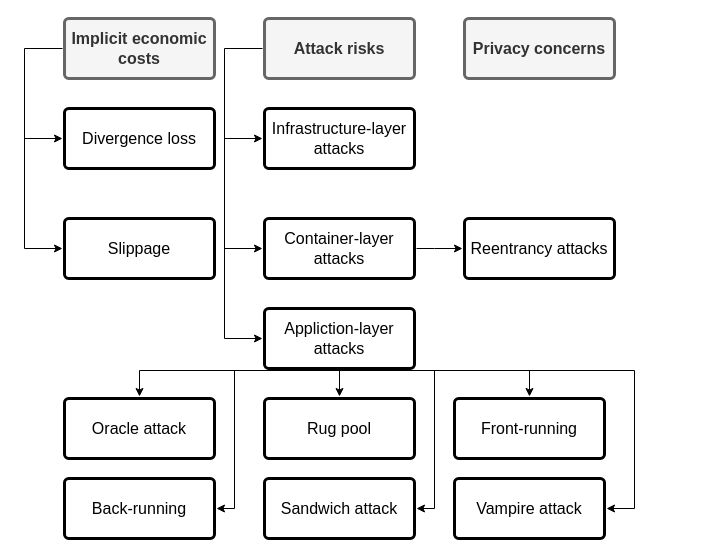
The draw.io diagram page "security" (4 of 5) of assets/amm-pool.drawio in xujiahuayz/bondingcurves, before the edit. Source tidied: cells renumbered, new cells numbered last; positions are measured from the earlier drawing's top-left corner, leaving out a move shared by most shapes. Both pictures are drawn from the tidied source at 100%, with x=0, y=0 at pixel (24, 18).
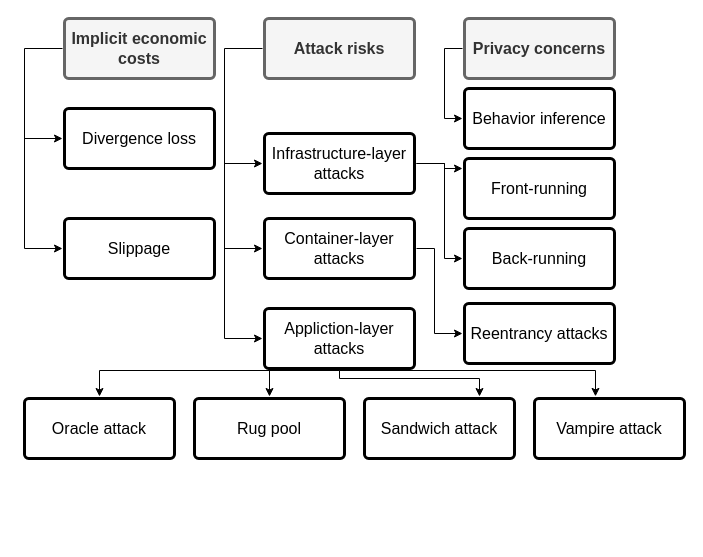
Above is the later version.

Unchanged cells that the change refers to:
```xml
<mxCell id="8" value="Privacy concerns" style="rounded=1;whiteSpace=wrap;html=1;shadow=0;labelBackgroundColor=none;strokeWidth=3;fontFamily=Helvetica;fontSize=16;align=center;spacing=5;fontStyle=1;arcSize=7;perimeterSpacing=2;fillColor=#f5f5f5;strokeColor=#666666;fontColor=#333333;" parent="1" vertex="1">
  <mxGeometry x="440" width="150" height="60" as="geometry" />
</mxCell>
<mxCell id="20" value="Appliction-layer attacks" style="rounded=1;whiteSpace=wrap;html=1;shadow=0;labelBackgroundColor=none;strokeWidth=3;fontFamily=Helvetica;fontSize=16;align=center;spacing=5;fontStyle=0;arcSize=7;perimeterSpacing=2;" parent="1" vertex="1">
  <mxGeometry x="240" y="290" width="150" height="60" as="geometry" />
</mxCell>
<mxCell id="27" value="Container-layer attacks" style="rounded=1;whiteSpace=wrap;html=1;shadow=0;labelBackgroundColor=none;strokeWidth=3;fontFamily=Helvetica;fontSize=16;align=center;spacing=5;fontStyle=0;arcSize=7;perimeterSpacing=2;" parent="1" vertex="1">
  <mxGeometry x="240" y="200" width="150" height="60" as="geometry" />
</mxCell>
```

Change to the diagram source:
```diff
@@
     <mxCell id="6" value="Oracle attack" style="rounded=1;whiteSpace=wrap;html=1;shadow=0;labelBackgroundColor=none;strokeWidth=3;fontFamily=Helvetica;fontSize=16;align=center;spacing=5;arcSize=7;perimeterSpacing=2;" parent="1" vertex="1">
-      <mxGeometry x="40" y="380" width="150" height="60" as="geometry" />
+      <mxGeometry y="380" width="150" height="60" as="geometry" />
     </mxCell>
     <mxCell id="7" value="Reentrancy attacks" style="rounded=1;whiteSpace=wrap;html=1;shadow=0;labelBackgroundColor=none;strokeWidth=3;fontFamily=Helvetica;fontSize=16;align=center;spacing=5;arcSize=7;perimeterSpacing=2;" parent="1" vertex="1">
-      <mxGeometry x="440" y="200" width="150" height="60" as="geometry" />
+      <mxGeometry x="440" y="285" width="150" height="60" as="geometry" />
     </mxCell>
+    <mxCell id="29" style="edgeStyle=orthogonalEdgeStyle;rounded=0;jettySize=auto;html=1;exitX=0;exitY=0.5;exitDx=0;exitDy=0;" parent="1" edge="1" source="8">
+      <mxGeometry relative="1" as="geometry">
+        <mxPoint x="438" y="100" as="targetPoint" />
+        <Array as="points">
+          <mxPoint x="420" y="30" />
+          <mxPoint x="420" y="100" />
+        </Array>
+      </mxGeometry>
+    </mxCell>
@@
     <mxCell id="12" style="edgeStyle=orthogonalEdgeStyle;rounded=0;jettySize=auto;html=1;exitX=1;exitY=0.5;exitDx=0;exitDy=0;entryX=0;entryY=0.5;entryDx=0;entryDy=0;labelBackgroundColor=none;" parent="1" edge="1" source="27" target="7">
       <mxGeometry relative="1" as="geometry">
         <Array as="points">
           <mxPoint x="410" y="230" />
-          <mxPoint x="410" y="230" />
+          <mxPoint x="410" y="315" />
         </Array>
       </mxGeometry>
     </mxCell>
     <mxCell id="13" value="Infrastructure-layer attacks" style="rounded=1;whiteSpace=wrap;html=1;shadow=0;labelBackgroundColor=none;strokeWidth=3;fontFamily=Helvetica;fontSize=16;align=center;spacing=5;fontStyle=0;arcSize=7;perimeterSpacing=2;" parent="1" vertex="1">
-      <mxGeometry x="240" y="90" width="150" height="60" as="geometry" />
+      <mxGeometry x="240" y="115" width="150" height="60" as="geometry" />
     </mxCell>
     <mxCell id="14" style="edgeStyle=orthogonalEdgeStyle;rounded=0;jettySize=auto;html=1;exitX=0.5;exitY=1;exitDx=0;exitDy=0;entryX=0.5;entryY=0;entryDx=0;entryDy=0;labelBackgroundColor=none;" parent="1" edge="1" source="20" target="22">
-      <mxGeometry relative="1" as="geometry" />
+      <mxGeometry relative="1" as="geometry">
+        <Array as="points">
+          <mxPoint x="245" y="352" />
+        </Array>
+      </mxGeometry>
     </mxCell>
@@
-    <mxCell id="16" style="edgeStyle=orthogonalEdgeStyle;rounded=0;jettySize=auto;html=1;exitX=0.5;exitY=1;exitDx=0;exitDy=0;labelBackgroundColor=none;" parent="1" edge="1" source="20" target="23">
-      <mxGeometry relative="1" as="geometry" />
+    <mxCell id="16" style="edgeStyle=orthogonalEdgeStyle;rounded=0;jettySize=auto;html=1;exitX=1;exitY=0.5;exitDx=0;exitDy=0;labelBackgroundColor=none;" parent="1" edge="1" source="13" target="23">
+      <mxGeometry relative="1" as="geometry">
+        <Array as="points">
+          <mxPoint x="420" y="145" />
+          <mxPoint x="420" y="150" />
+        </Array>
+      </mxGeometry>
     </mxCell>
-    <mxCell id="17" style="edgeStyle=orthogonalEdgeStyle;rounded=0;jettySize=auto;html=1;exitX=0.5;exitY=1;exitDx=0;exitDy=0;entryX=1;entryY=0.5;entryDx=0;entryDy=0;labelBackgroundColor=none;" parent="1" edge="1" source="20" target="24">
+    <mxCell id="17" style="edgeStyle=orthogonalEdgeStyle;rounded=0;jettySize=auto;html=1;exitX=1;exitY=0.5;exitDx=0;exitDy=0;entryX=0;entryY=0.5;entryDx=0;entryDy=0;labelBackgroundColor=none;" parent="1" edge="1" source="13" target="24">
       <mxGeometry relative="1" as="geometry">
         <Array as="points">
-          <mxPoint x="210" y="352" />
-          <mxPoint x="210" y="490" />
+          <mxPoint x="420" y="145" />
+          <mxPoint x="420" y="240" />
         </Array>
       </mxGeometry>
     </mxCell>
-    <mxCell id="18" style="edgeStyle=orthogonalEdgeStyle;rounded=0;jettySize=auto;html=1;exitX=0.5;exitY=1;exitDx=0;exitDy=0;entryX=1;entryY=0.5;entryDx=0;entryDy=0;labelBackgroundColor=none;" parent="1" edge="1" source="20" target="25">
+    <mxCell id="18" style="edgeStyle=orthogonalEdgeStyle;rounded=0;jettySize=auto;html=1;exitX=0.5;exitY=1;exitDx=0;exitDy=0;entryX=0.409;entryY=-0.002;entryDx=0;entryDy=0;labelBackgroundColor=none;entryPerimeter=0;" parent="1" edge="1" source="20" target="26">
       <mxGeometry relative="1" as="geometry">
         <Array as="points">
-          <mxPoint x="410" y="352" />
-          <mxPoint x="410" y="490" />
+          <mxPoint x="571" y="352" />
         </Array>
       </mxGeometry>
     </mxCell>
-    <mxCell id="19" style="edgeStyle=orthogonalEdgeStyle;rounded=0;jettySize=auto;html=1;exitX=0.5;exitY=1;exitDx=0;exitDy=0;entryX=1;entryY=0.5;entryDx=0;entryDy=0;labelBackgroundColor=none;" parent="1" edge="1" source="20" target="26">
-      <mxGeometry relative="1" as="geometry">
-        <Array as="points">
-          <mxPoint x="610" y="352" />
-          <mxPoint x="610" y="490" />
-        </Array>
-      </mxGeometry>
-    </mxCell>
+    <mxCell id="30" style="edgeStyle=orthogonalEdgeStyle;rounded=0;jettySize=auto;html=1;exitX=0.5;exitY=1;exitDx=0;exitDy=0;" parent="1" edge="1" source="20" target="25">
+      <mxGeometry relative="1" as="geometry">
+        <Array as="points">
+          <mxPoint x="315" y="360" />
+          <mxPoint x="455" y="360" />
+        </Array>
+      </mxGeometry>
+    </mxCell>
@@
     <mxCell id="21" style="endArrow=classic;html=1;labelBackgroundColor=none;entryX=0;entryY=0.5;entryDx=0;entryDy=0;" parent="1" edge="1" target="13">
       <mxGeometry relative="1" as="geometry">
-        <mxPoint x="200" y="120" as="sourcePoint" />
+        <mxPoint x="200" y="145" as="sourcePoint" />
       </mxGeometry>
     </mxCell>
     <mxCell id="22" value="Rug pool" style="rounded=1;whiteSpace=wrap;html=1;shadow=0;labelBackgroundColor=none;strokeWidth=3;fontFamily=Helvetica;fontSize=16;align=center;spacing=5;arcSize=7;perimeterSpacing=2;" parent="1" vertex="1">
-      <mxGeometry x="240" y="380" width="150" height="60" as="geometry" />
+      <mxGeometry x="170" y="380" width="150" height="60" as="geometry" />
     </mxCell>
     <mxCell id="23" value="Front-running" style="rounded=1;whiteSpace=wrap;html=1;shadow=0;labelBackgroundColor=none;strokeWidth=3;fontFamily=Helvetica;fontSize=16;align=center;spacing=5;arcSize=7;perimeterSpacing=2;" parent="1" vertex="1">
-      <mxGeometry x="430" y="380" width="150" height="60" as="geometry" />
+      <mxGeometry x="440" y="140" width="150" height="60" as="geometry" />
     </mxCell>
     <mxCell id="24" value="Back-running" style="rounded=1;whiteSpace=wrap;html=1;shadow=0;labelBackgroundColor=none;strokeWidth=3;fontFamily=Helvetica;fontSize=16;align=center;spacing=5;arcSize=7;perimeterSpacing=2;" parent="1" vertex="1">
-      <mxGeometry x="40" y="460" width="150" height="60" as="geometry" />
+      <mxGeometry x="440" y="210" width="150" height="60" as="geometry" />
     </mxCell>
     <mxCell id="25" value="Sandwich attack" style="rounded=1;whiteSpace=wrap;html=1;shadow=0;labelBackgroundColor=none;strokeWidth=3;fontFamily=Helvetica;fontSize=16;align=center;spacing=5;arcSize=7;perimeterSpacing=2;" parent="1" vertex="1">
-      <mxGeometry x="240" y="460" width="150" height="60" as="geometry" />
+      <mxGeometry x="340" y="380" width="150" height="60" as="geometry" />
     </mxCell>
     <mxCell id="26" value="Vampire attack" style="rounded=1;whiteSpace=wrap;html=1;shadow=0;labelBackgroundColor=none;strokeWidth=3;fontFamily=Helvetica;fontSize=16;align=center;spacing=5;arcSize=7;perimeterSpacing=2;" parent="1" vertex="1">
-      <mxGeometry x="430" y="460" width="150" height="60" as="geometry" />
+      <mxGeometry x="510" y="380" width="150" height="60" as="geometry" />
     </mxCell>
@@
+    <mxCell id="31" value="Behavior inference" style="rounded=1;whiteSpace=wrap;html=1;shadow=0;labelBackgroundColor=none;strokeWidth=3;fontFamily=Helvetica;fontSize=16;align=center;spacing=5;arcSize=7;perimeterSpacing=2;" parent="1" vertex="1">
+      <mxGeometry x="440" y="70" width="150" height="60" as="geometry" />
+    </mxCell>
```
